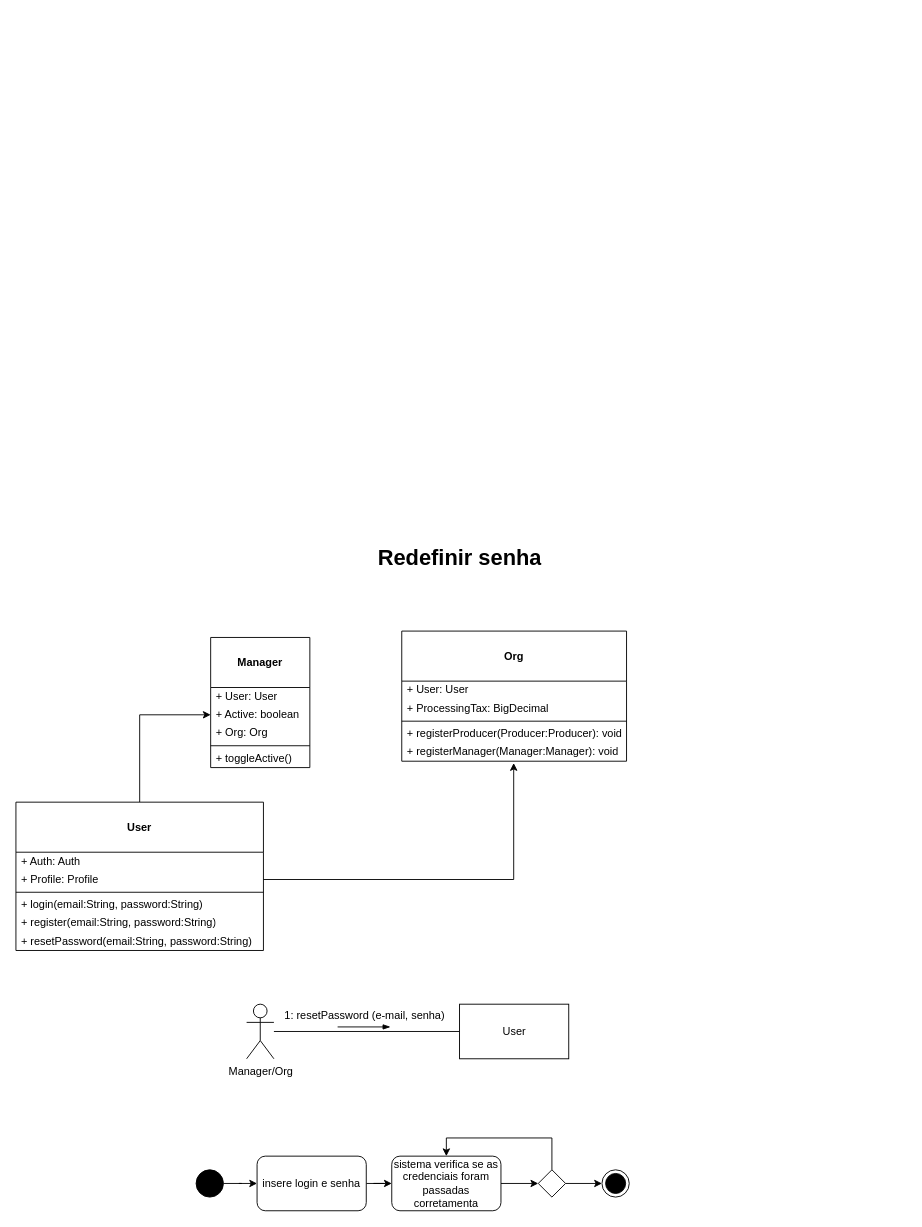
This is Cópia do login.drawio from karolineSaraiva/Atividade-POO, a draw.io file, before an edit. Source tidied: cells renumbered, new cells numbered last; positions are measured from the earlier drawing's top-left corner, leaving out a move shared by most shapes. Both pictures are drawn from the tidied source at 91%, with x=0, y=0 at pixel (15, 539).
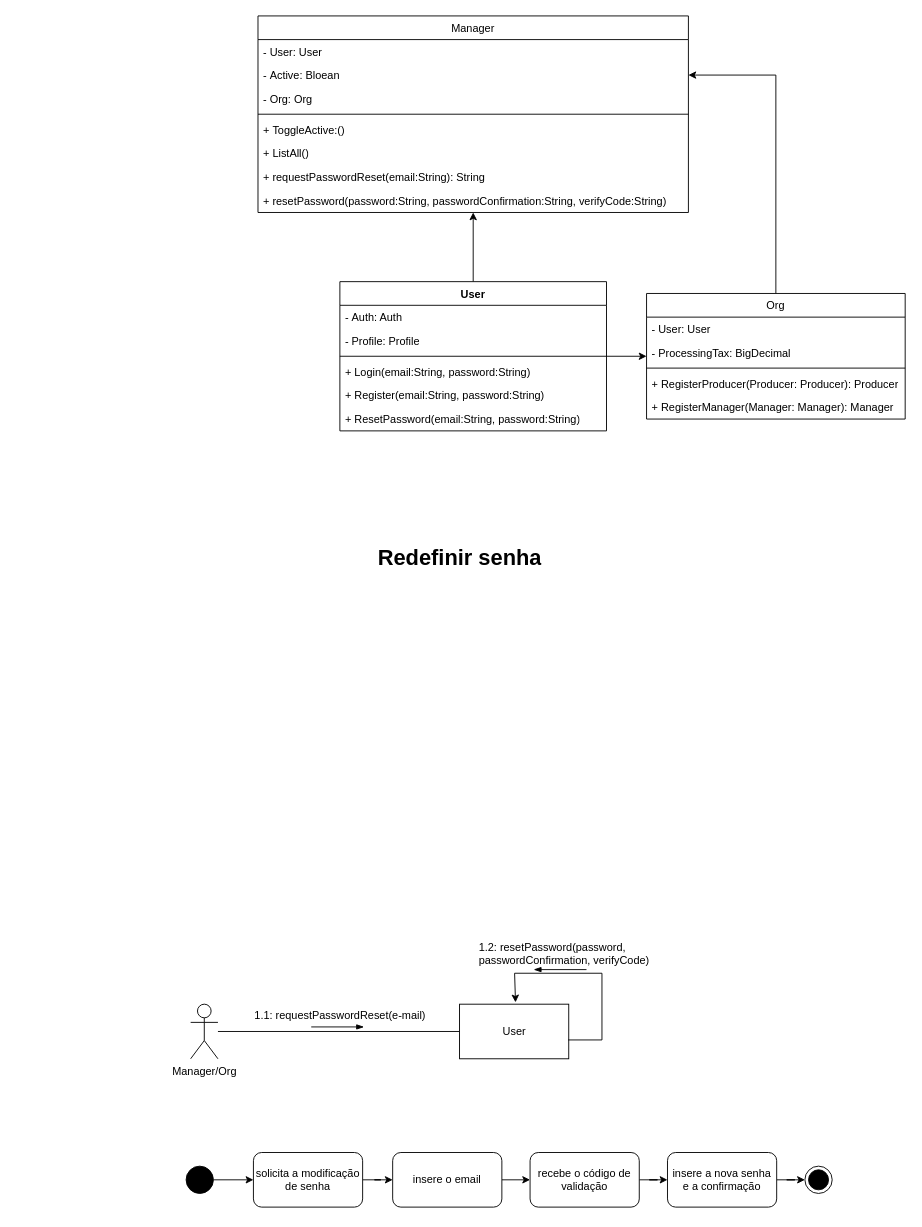
After the change.

Change to the diagram source:
```diff
@@
     <mxCell id="3" value="Manager/Org" style="shape=umlActor;verticalLabelPosition=bottom;verticalAlign=top;html=1;outlineConnect=0;" parent="1" vertex="1">
-      <mxGeometry x="253.5" y="511" width="30" height="60" as="geometry" />
+      <mxGeometry x="192" y="511" width="30" height="60" as="geometry" />
     </mxCell>
@@
-    <mxCell id="5" value="1: resetPassword (e-mail, senha)" style="text;html=1;align=center;verticalAlign=middle;strokeColor=none;fillColor=none;" parent="1" vertex="1">
-      <mxGeometry x="286" y="511" width="194" height="26" as="geometry" />
+    <mxCell id="5" value="1.1: requestPasswordReset(e-mail)" style="text;html=1;align=center;verticalAlign=middle;strokeColor=none;fillColor=none;" parent="1" vertex="1">
+      <mxGeometry x="253" y="511" width="206" height="26" as="geometry" />
     </mxCell>
     <mxCell id="6" style="edgeStyle=orthogonalEdgeStyle;rounded=0;orthogonalLoop=1;jettySize=auto;html=1;entryX=0;entryY=0.5;entryDx=0;entryDy=0;endArrow=blockThin;endFill=1;strokeWidth=1;" parent="1" edge="1">
       <mxGeometry relative="1" as="geometry">
-        <mxPoint x="353.5" y="536" as="sourcePoint" />
-        <mxPoint x="411.5" y="536" as="targetPoint" />
+        <mxPoint x="324.5" y="536" as="sourcePoint" />
+        <mxPoint x="382.5" y="536" as="targetPoint" />
       </mxGeometry>
     </mxCell>
@@
     <mxCell id="9" style="ellipse;fillColor=strokeColor;html=1;" parent="1" vertex="1">
-      <mxGeometry x="198" y="693" width="30" height="30" as="geometry" />
+      <mxGeometry x="187" y="689" width="30" height="30" as="geometry" />
     </mxCell>
-    <mxCell id="10" style="ellipse;html=1;shape=endState;fillColor=strokeColor;" parent="1" vertex="1">
-      <mxGeometry x="644" y="693" width="30" height="30" as="geometry" />
-    </mxCell>
@@
-    <mxCell id="12" value="insere login e senha" style="rounded=1;whiteSpace=wrap;html=1;" parent="1" vertex="1">
-      <mxGeometry x="265" y="678" width="120" height="60" as="geometry" />
+    <mxCell id="12" value="solicita a modificação de senha" style="rounded=1;whiteSpace=wrap;html=1;" parent="1" vertex="1">
+      <mxGeometry x="261" y="674" width="120" height="60" as="geometry" />
     </mxCell>
-    <mxCell id="13" style="edgeStyle=orthogonalEdgeStyle;rounded=0;jettySize=auto;html=1;exitX=1;exitY=0.5;exitDx=0;exitDy=0;entryX=0;entryY=0.5;entryDx=0;entryDy=0;" parent="1" edge="1" source="14" target="17">
-      <mxGeometry relative="1" as="geometry" />
-    </mxCell>
+    <mxCell id="39" style="edgeStyle=orthogonalEdgeStyle;rounded=0;jettySize=auto;html=1;exitX=1;exitY=0.5;exitDx=0;exitDy=0;entryX=0;entryY=0.5;entryDx=0;entryDy=0;" parent="1" edge="1" source="14" target="41">
+      <mxGeometry relative="1" as="geometry" />
+    </mxCell>
-    <mxCell id="14" value="sistema verifica se as credenciais foram passadas corretamenta" style="rounded=1;whiteSpace=wrap;html=1;" parent="1" vertex="1">
-      <mxGeometry x="413" y="678" width="120" height="60" as="geometry" />
+    <mxCell id="14" value="insere o email" style="rounded=1;whiteSpace=wrap;html=1;" parent="1" vertex="1">
+      <mxGeometry x="414" y="674" width="120" height="60" as="geometry" />
     </mxCell>
-    <mxCell id="15" style="edgeStyle=orthogonalEdgeStyle;rounded=0;jettySize=auto;html=1;exitX=1;exitY=0.5;exitDx=0;exitDy=0;entryX=0;entryY=0.5;entryDx=0;entryDy=0;" parent="1" edge="1" source="17" target="10">
-      <mxGeometry relative="1" as="geometry" />
-    </mxCell>
-    <mxCell id="16" style="edgeStyle=orthogonalEdgeStyle;rounded=0;jettySize=auto;html=1;entryX=0.5;entryY=0;entryDx=0;entryDy=0;" parent="1" edge="1" source="17" target="14">
-      <mxGeometry relative="1" as="geometry">
-        <Array as="points">
-          <mxPoint x="589" y="658" />
-          <mxPoint x="473" y="658" />
-        </Array>
-      </mxGeometry>
-    </mxCell>
-    <mxCell id="17" style="rhombus;" parent="1" vertex="1">
-      <mxGeometry x="574" y="693" width="30" height="30" as="geometry" />
-    </mxCell>
-    <mxCell id="18" style="edgeStyle=orthogonalEdgeStyle;rounded=0;jettySize=auto;html=1;entryX=0;entryY=0.5;entryDx=0;entryDy=0;" parent="1" edge="1" source="19" target="28">
-      <mxGeometry relative="1" as="geometry" />
-    </mxCell>
+    <mxCell id="40" style="edgeStyle=orthogonalEdgeStyle;rounded=0;jettySize=auto;html=1;entryX=0;entryY=0.5;entryDx=0;entryDy=0;" parent="1" edge="1" source="41" target="68">
+      <mxGeometry relative="1" as="geometry" />
+    </mxCell>
+    <mxCell id="41" value="recebe o código de validação" style="rounded=1;whiteSpace=wrap;html=1;" parent="1" vertex="1">
+      <mxGeometry x="565" y="674" width="120" height="60" as="geometry" />
+    </mxCell>
+    <mxCell id="42" style="edgeStyle=orthogonalEdgeStyle;rounded=0;orthogonalLoop=1;jettySize=auto;html=1;exitX=0.986;exitY=0.622;exitDx=0;exitDy=0;exitPerimeter=0;" parent="1" edge="1">
+      <mxGeometry relative="1" as="geometry">
+        <mxPoint x="606.9" y="550.3" as="sourcePoint" />
+        <mxPoint x="549" y="509" as="targetPoint" />
+        <Array as="points">
+          <mxPoint x="644" y="550" />
+          <mxPoint x="644" y="477" />
+          <mxPoint x="548" y="477" />
+        </Array>
+      </mxGeometry>
+    </mxCell>
+    <mxCell id="43" value="1.2: resetPassword(password&lt;span style=&quot;background-color: initial;&quot;&gt;, passwordConfirmation, verifyCode)&lt;/span&gt;" style="text;whiteSpace=wrap;html=1;" parent="1" vertex="1">
+      <mxGeometry x="507" y="435" width="198" height="36" as="geometry" />
+    </mxCell>
+    <mxCell id="44" style="edgeStyle=orthogonalEdgeStyle;rounded=0;jettySize=auto;html=1;entryX=1;entryY=0.5;entryDx=0;entryDy=0;" parent="1" edge="1" source="32" target="59">
+      <mxGeometry relative="1" as="geometry" />
+    </mxCell>
+    <mxCell id="32" value="Org" style="swimlane;fontStyle=0;align=center;verticalAlign=top;horizontal=1;startSize=26;rounded=0;shadow=0;strokeWidth=1;" parent="1" vertex="1">
+      <mxGeometry x="693" y="-270" width="284.2" height="138" as="geometry" />
+    </mxCell>
+    <mxCell id="45" value="&lt;span style=&quot;background-color: rgb(255, 255, 255);&quot;&gt;- User: User&lt;/span&gt;" style="text;strokeColor=none;fillColor=none;align=left;verticalAlign=top;spacingLeft=4;spacingRight=4;overflow=hidden;whiteSpace=wrap;html=1;" parent="32" vertex="1">
+      <mxGeometry y="26" width="284.2" height="26" as="geometry" />
+    </mxCell>
+    <mxCell id="46" value="-&amp;nbsp;ProcessingTax: BigDecimal" style="text;strokeColor=none;fillColor=none;align=left;verticalAlign=top;spacingLeft=4;spacingRight=4;overflow=hidden;whiteSpace=wrap;html=1;" parent="32" vertex="1">
+      <mxGeometry y="52" width="284.2" height="26" as="geometry" />
+    </mxCell>
+    <mxCell id="47" style="line;strokeWidth=1;fillColor=none;align=left;verticalAlign=middle;spacingTop=-1;spacingLeft=3;spacingRight=3;labelPosition=right;strokeColor=inherit;" parent="32" vertex="1">
+      <mxGeometry y="78" width="284.2" height="8" as="geometry" />
+    </mxCell>
+    <mxCell id="48" value="+ RegisterProducer(Producer: Producer): Producer" style="text;strokeColor=none;fillColor=none;align=left;verticalAlign=top;spacingLeft=4;spacingRight=4;overflow=hidden;whiteSpace=wrap;html=1;" parent="32" vertex="1">
+      <mxGeometry y="86" width="284.2" height="26" as="geometry" />
+    </mxCell>
+    <mxCell id="49" value="+ Register&lt;span style=&quot;text-align: center; text-wrap: nowrap;&quot;&gt;Manager(&lt;/span&gt;&lt;span style=&quot;text-align: center; text-wrap: nowrap;&quot;&gt;Manager:&amp;nbsp;&lt;/span&gt;&lt;span style=&quot;text-align: center; text-wrap: nowrap;&quot;&gt;Manager)&lt;/span&gt;&lt;span style=&quot;text-wrap: nowrap; text-align: center;&quot;&gt;:&amp;nbsp;&lt;/span&gt;&lt;span style=&quot;text-wrap: nowrap; text-align: center;&quot;&gt;Manager&lt;/span&gt;" style="text;strokeColor=none;fillColor=none;align=left;verticalAlign=top;spacingLeft=4;spacingRight=4;overflow=hidden;whiteSpace=wrap;html=1;" parent="32" vertex="1">
+      <mxGeometry y="112" width="284.2" height="26" as="geometry" />
+    </mxCell>
+    <mxCell id="50" style="edgeStyle=orthogonalEdgeStyle;rounded=0;jettySize=auto;html=1;" parent="1" edge="1" source="19" target="32">
+      <mxGeometry relative="1" as="geometry" />
+    </mxCell>
+    <mxCell id="51" style="edgeStyle=orthogonalEdgeStyle;rounded=0;jettySize=auto;html=1;" parent="1" edge="1" source="19" target="26">
+      <mxGeometry relative="1" as="geometry" />
+    </mxCell>
-    <mxCell id="19" value="&lt;br&gt;&lt;b&gt;User&lt;/b&gt;" style="swimlane;fontStyle=0;align=center;verticalAlign=top;horizontal=1;startSize=55;html=1;whiteSpace=wrap;" parent="1" vertex="1">
-      <mxGeometry y="289" width="272" height="163" as="geometry" />
+    <mxCell id="19" value="User" style="swimlane;fontStyle=1;align=center;verticalAlign=top;horizontal=1;startSize=26;whiteSpace=wrap;html=1;labelBackgroundColor=none;" parent="1" vertex="1">
+      <mxGeometry x="356" y="-283" width="293" height="164" as="geometry" />
     </mxCell>
-    <mxCell id="20" value="+ Auth: Auth" style="text;html=1;strokeColor=none;fillColor=none;align=left;verticalAlign=middle;spacingLeft=4;spacingRight=4;overflow=hidden;whiteSpace=wrap;" parent="19" vertex="1">
-      <mxGeometry y="55" width="272" height="20" as="geometry" />
-    </mxCell>
-    <mxCell id="21" value="+ Profile: Profile" style="text;html=1;strokeColor=none;fillColor=none;align=left;verticalAlign=middle;spacingLeft=4;spacingRight=4;overflow=hidden;points=[[0,0.5],[1,0.5]];portConstraint=eastwest;whiteSpace=wrap;" parent="19" vertex="1">
-      <mxGeometry y="75" width="272" height="20" as="geometry" />
-    </mxCell>
-    <mxCell id="22" style="line;strokeWidth=1;fillColor=none;align=left;verticalAlign=middle;spacingTop=-1;spacingLeft=3;spacingRight=3;labelPosition=right;" parent="19" vertex="1">
-      <mxGeometry y="95" width="272" height="8" as="geometry" />
-    </mxCell>
-    <mxCell id="23" value="+ login(email:String, password:String)" style="text;html=1;strokeColor=none;fillColor=none;align=left;verticalAlign=middle;spacingLeft=4;spacingRight=4;overflow=hidden;whiteSpace=wrap;" parent="19" vertex="1">
-      <mxGeometry y="103" width="272" height="20" as="geometry" />
-    </mxCell>
-    <mxCell id="24" value="+ register(email:String, password:String)" style="text;html=1;strokeColor=none;fillColor=none;align=left;verticalAlign=middle;spacingLeft=4;spacingRight=4;overflow=hidden;whiteSpace=wrap;" parent="19" vertex="1">
-      <mxGeometry y="123" width="272" height="20" as="geometry" />
-    </mxCell>
-    <mxCell id="25" value="+ resetPassword(email:String, password:String)" style="text;html=1;strokeColor=none;fillColor=none;align=left;verticalAlign=middle;spacingLeft=4;spacingRight=4;overflow=hidden;whiteSpace=wrap;" parent="19" vertex="1">
-      <mxGeometry y="143" width="272" height="20" as="geometry" />
-    </mxCell>
+    <mxCell id="52" value="-&amp;nbsp;Auth: Auth" style="text;strokeColor=none;fillColor=none;align=left;verticalAlign=top;spacingLeft=4;spacingRight=4;overflow=hidden;whiteSpace=wrap;html=1;labelBackgroundColor=none;" parent="19" vertex="1">
+      <mxGeometry y="26" width="293" height="26" as="geometry" />
+    </mxCell>
+    <mxCell id="53" value="-&amp;nbsp;Profile: Profile" style="text;strokeColor=none;fillColor=none;align=left;verticalAlign=top;spacingLeft=4;spacingRight=4;overflow=hidden;whiteSpace=wrap;html=1;labelBackgroundColor=none;" parent="19" vertex="1">
+      <mxGeometry y="52" width="293" height="26" as="geometry" />
+    </mxCell>
+    <mxCell id="54" style="line;strokeWidth=1;fillColor=none;align=left;verticalAlign=middle;spacingTop=-1;spacingLeft=3;spacingRight=3;labelPosition=right;strokeColor=inherit;" parent="19" vertex="1">
+      <mxGeometry y="78" width="293" height="8" as="geometry" />
+    </mxCell>
+    <mxCell id="55" value="+ Login(email:String, password:String)" style="text;strokeColor=none;fillColor=none;align=left;verticalAlign=top;spacingLeft=4;spacingRight=4;overflow=hidden;whiteSpace=wrap;html=1;" parent="19" vertex="1">
+      <mxGeometry y="86" width="293" height="26" as="geometry" />
+    </mxCell>
+    <mxCell id="56" value="+ Register(email:String, password:String)" style="text;strokeColor=none;fillColor=none;align=left;verticalAlign=top;spacingLeft=4;spacingRight=4;overflow=hidden;whiteSpace=wrap;html=1;" parent="19" vertex="1">
+      <mxGeometry y="112" width="293" height="26" as="geometry" />
+    </mxCell>
+    <mxCell id="57" value="+&amp;nbsp;ResetPassword(email:String, password:String)" style="text;strokeColor=none;fillColor=none;align=left;verticalAlign=top;spacingLeft=4;spacingRight=4;overflow=hidden;whiteSpace=wrap;html=1;" parent="19" vertex="1">
+      <mxGeometry y="138" width="293" height="26" as="geometry" />
+    </mxCell>
-    <mxCell id="26" value="&lt;br&gt;&lt;b&gt;Manager&lt;/b&gt;" style="swimlane;fontStyle=0;align=center;verticalAlign=top;horizontal=1;startSize=55;html=1;whiteSpace=wrap;" parent="1" vertex="1">
-      <mxGeometry x="214" y="108" width="109" height="143" as="geometry" />
+    <mxCell id="26" value="Manager" style="swimlane;fontStyle=0;align=center;verticalAlign=top;horizontal=1;startSize=26;rounded=0;shadow=0;strokeWidth=1;" parent="1" vertex="1">
+      <mxGeometry x="266" y="-575" width="473" height="216" as="geometry" />
     </mxCell>
-    <mxCell id="27" value="+ User: User" style="text;html=1;strokeColor=none;fillColor=none;align=left;verticalAlign=middle;spacingLeft=4;spacingRight=4;overflow=hidden;whiteSpace=wrap;" parent="26" vertex="1">
-      <mxGeometry y="55" width="109" height="20" as="geometry" />
-    </mxCell>
-    <mxCell id="28" value="+ Active: boolean" style="text;html=1;strokeColor=none;fillColor=none;align=left;verticalAlign=middle;spacingLeft=4;spacingRight=4;overflow=hidden;points=[[0,0.5],[1,0.5]];portConstraint=eastwest;whiteSpace=wrap;" parent="26" vertex="1">
-      <mxGeometry y="75" width="109" height="20" as="geometry" />
-    </mxCell>
-    <mxCell id="29" value="+ Org: Org" style="text;html=1;strokeColor=none;fillColor=none;align=left;verticalAlign=middle;spacingLeft=4;spacingRight=4;overflow=hidden;whiteSpace=wrap;" parent="26" vertex="1">
-      <mxGeometry y="95" width="109" height="20" as="geometry" />
-    </mxCell>
-    <mxCell id="30" style="line;strokeWidth=1;fillColor=none;align=left;verticalAlign=middle;spacingTop=-1;spacingLeft=3;spacingRight=3;labelPosition=right;" parent="26" vertex="1">
-      <mxGeometry y="115" width="109" height="8" as="geometry" />
-    </mxCell>
-    <mxCell id="31" value="+ toggleActive()" style="text;html=1;strokeColor=none;fillColor=none;align=left;verticalAlign=middle;spacingLeft=4;spacingRight=4;overflow=hidden;whiteSpace=wrap;" parent="26" vertex="1">
-      <mxGeometry y="123" width="109" height="20" as="geometry" />
-    </mxCell>
-    <mxCell id="32" value="&lt;br&gt;&lt;b&gt;Org&lt;/b&gt;" style="swimlane;fontStyle=0;align=center;verticalAlign=top;horizontal=1;startSize=55;html=1;whiteSpace=wrap;" parent="1" vertex="1">
-      <mxGeometry x="424" y="101" width="247" height="143" as="geometry" />
-    </mxCell>
-    <mxCell id="33" value="+ User: User" style="text;html=1;strokeColor=none;fillColor=none;align=left;verticalAlign=middle;spacingLeft=4;spacingRight=4;overflow=hidden;whiteSpace=wrap;" parent="32" vertex="1">
-      <mxGeometry y="55" width="247" height="20" as="geometry" />
-    </mxCell>
-    <mxCell id="34" value="+ ProcessingTax: BigDecimal" style="text;html=1;strokeColor=none;fillColor=none;align=left;verticalAlign=middle;spacingLeft=4;spacingRight=4;overflow=hidden;whiteSpace=wrap;" parent="32" vertex="1">
-      <mxGeometry y="75" width="247" height="20" as="geometry" />
-    </mxCell>
-    <mxCell id="35" style="line;strokeWidth=1;fillColor=none;align=left;verticalAlign=middle;spacingTop=-1;spacingLeft=3;spacingRight=3;labelPosition=right;" parent="32" vertex="1">
-      <mxGeometry y="95" width="247" height="8" as="geometry" />
-    </mxCell>
-    <mxCell id="36" value="+ registerProducer(Producer:Producer): void" style="text;html=1;strokeColor=none;fillColor=none;align=left;verticalAlign=middle;spacingLeft=4;spacingRight=4;overflow=hidden;whiteSpace=wrap;" parent="32" vertex="1">
-      <mxGeometry y="103" width="247" height="20" as="geometry" />
-    </mxCell>
-    <mxCell id="37" value="+ registerManager(Manager:Manager): void" style="text;html=1;strokeColor=none;fillColor=none;align=left;verticalAlign=middle;spacingLeft=4;spacingRight=4;overflow=hidden;whiteSpace=wrap;" parent="32" vertex="1">
-      <mxGeometry y="123" width="247" height="20" as="geometry" />
-    </mxCell>
-    <mxCell id="38" style="edgeStyle=orthogonalEdgeStyle;rounded=0;jettySize=auto;html=1;" parent="1" edge="1" source="21">
-      <mxGeometry relative="1" as="geometry">
-        <mxPoint x="547" y="246" as="targetPoint" />
-        <Array as="points">
-          <mxPoint x="547" y="374" />
-        </Array>
-      </mxGeometry>
-    </mxCell>
+    <mxCell id="58" value="-&lt;span style=&quot;background-color: rgb(255, 255, 255);&quot;&gt;&amp;nbsp;User: User&lt;/span&gt;" style="text;strokeColor=none;fillColor=none;align=left;verticalAlign=top;spacingLeft=4;spacingRight=4;overflow=hidden;whiteSpace=wrap;html=1;" parent="26" vertex="1">
+      <mxGeometry y="26" width="473" height="26" as="geometry" />
+    </mxCell>
+    <mxCell id="59" value="-&amp;nbsp;A&lt;span style=&quot;text-align: center; text-wrap: nowrap;&quot;&gt;ctive&lt;/span&gt;:&amp;nbsp;&lt;span style=&quot;text-align: center; text-wrap: nowrap;&quot;&gt;Bloean&lt;/span&gt;" style="text;strokeColor=none;fillColor=none;align=left;verticalAlign=top;spacingLeft=4;spacingRight=4;overflow=hidden;points=[[0,0.5],[1,0.5]];portConstraint=eastwest;whiteSpace=wrap;html=1;" parent="26" vertex="1">
+      <mxGeometry y="52" width="473" height="26" as="geometry" />
+    </mxCell>
+    <mxCell id="60" value="-&amp;nbsp;Org: Org" style="text;strokeColor=none;fillColor=none;align=left;verticalAlign=top;spacingLeft=4;spacingRight=4;overflow=hidden;whiteSpace=wrap;html=1;" parent="26" vertex="1">
+      <mxGeometry y="78" width="473" height="26" as="geometry" />
+    </mxCell>
+    <mxCell id="61" style="line;strokeWidth=1;fillColor=none;align=left;verticalAlign=middle;spacingTop=-1;spacingLeft=3;spacingRight=3;labelPosition=right;strokeColor=inherit;" parent="26" vertex="1">
+      <mxGeometry y="104" width="473" height="8" as="geometry" />
+    </mxCell>
+    <mxCell id="62" value="+&amp;nbsp;ToggleActive:()" style="text;strokeColor=none;fillColor=none;align=left;verticalAlign=top;spacingLeft=4;spacingRight=4;overflow=hidden;whiteSpace=wrap;html=1;" parent="26" vertex="1">
+      <mxGeometry y="112" width="473" height="26" as="geometry" />
+    </mxCell>
+    <mxCell id="63" value="+ ListAll()" style="text;strokeColor=none;fillColor=none;align=left;verticalAlign=top;spacingLeft=4;spacingRight=4;overflow=hidden;whiteSpace=wrap;html=1;" parent="26" vertex="1">
+      <mxGeometry y="138" width="473" height="26" as="geometry" />
+    </mxCell>
+    <mxCell id="64" value="+ requestPasswordReset(email:String): String" style="text;strokeColor=none;fillColor=none;align=left;verticalAlign=top;spacingLeft=4;spacingRight=4;overflow=hidden;whiteSpace=wrap;html=1;" parent="26" vertex="1">
+      <mxGeometry y="164" width="473" height="26" as="geometry" />
+    </mxCell>
+    <mxCell id="65" value="+ resetPassword(password:String, passwordConfirmation:String, verifyCode:String)" style="text;strokeColor=none;fillColor=none;align=left;verticalAlign=top;spacingLeft=4;spacingRight=4;overflow=hidden;whiteSpace=wrap;html=1;" parent="26" vertex="1">
+      <mxGeometry y="190" width="473" height="26" as="geometry" />
+    </mxCell>
+    <mxCell id="66" style="edgeStyle=orthogonalEdgeStyle;rounded=0;orthogonalLoop=1;jettySize=auto;html=1;entryX=0;entryY=0.5;entryDx=0;entryDy=0;endArrow=blockThin;endFill=1;strokeWidth=1;" parent="1" edge="1">
+      <mxGeometry relative="1" as="geometry">
+        <mxPoint x="627" y="473" as="sourcePoint" />
+        <mxPoint x="569" y="473" as="targetPoint" />
+      </mxGeometry>
+    </mxCell>
+    <mxCell id="67" style="edgeStyle=orthogonalEdgeStyle;rounded=0;jettySize=auto;html=1;" parent="1" edge="1" source="68" target="69">
+      <mxGeometry relative="1" as="geometry" />
+    </mxCell>
+    <mxCell id="68" value="insere a nova senha e a confirmação" style="rounded=1;whiteSpace=wrap;html=1;" parent="1" vertex="1">
+      <mxGeometry x="716" y="674" width="120" height="60" as="geometry" />
+    </mxCell>
+    <mxCell id="69" style="ellipse;html=1;shape=endState;fillColor=strokeColor;" parent="1" vertex="1">
+      <mxGeometry x="867" y="689" width="30" height="30" as="geometry" />
+    </mxCell>
```
